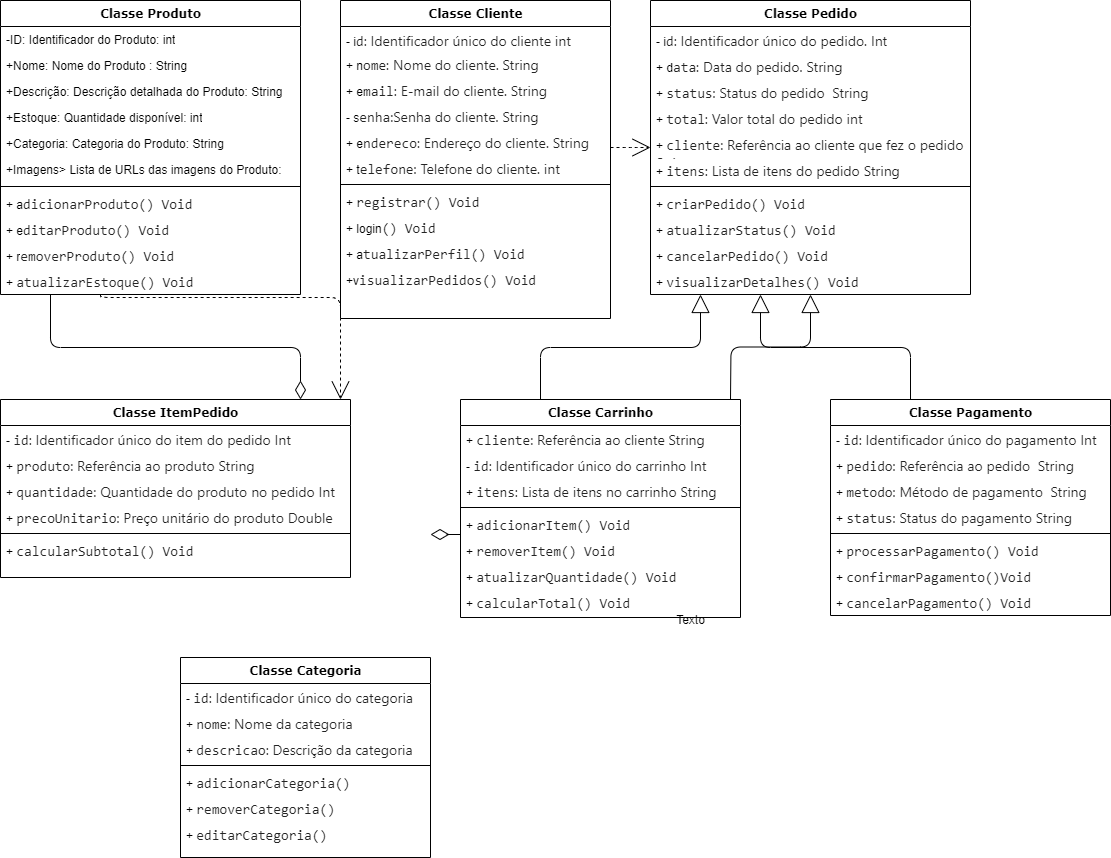
Earlier version of the draw.io export Diagrama sem nome.drawio.png (FabriciaGRibeiro/diagrama-de-classes-). Source tidied: cells renumbered, new cells last; positions are measured from the earlier drawing's top-left corner, leaving out a move shared by most shapes.
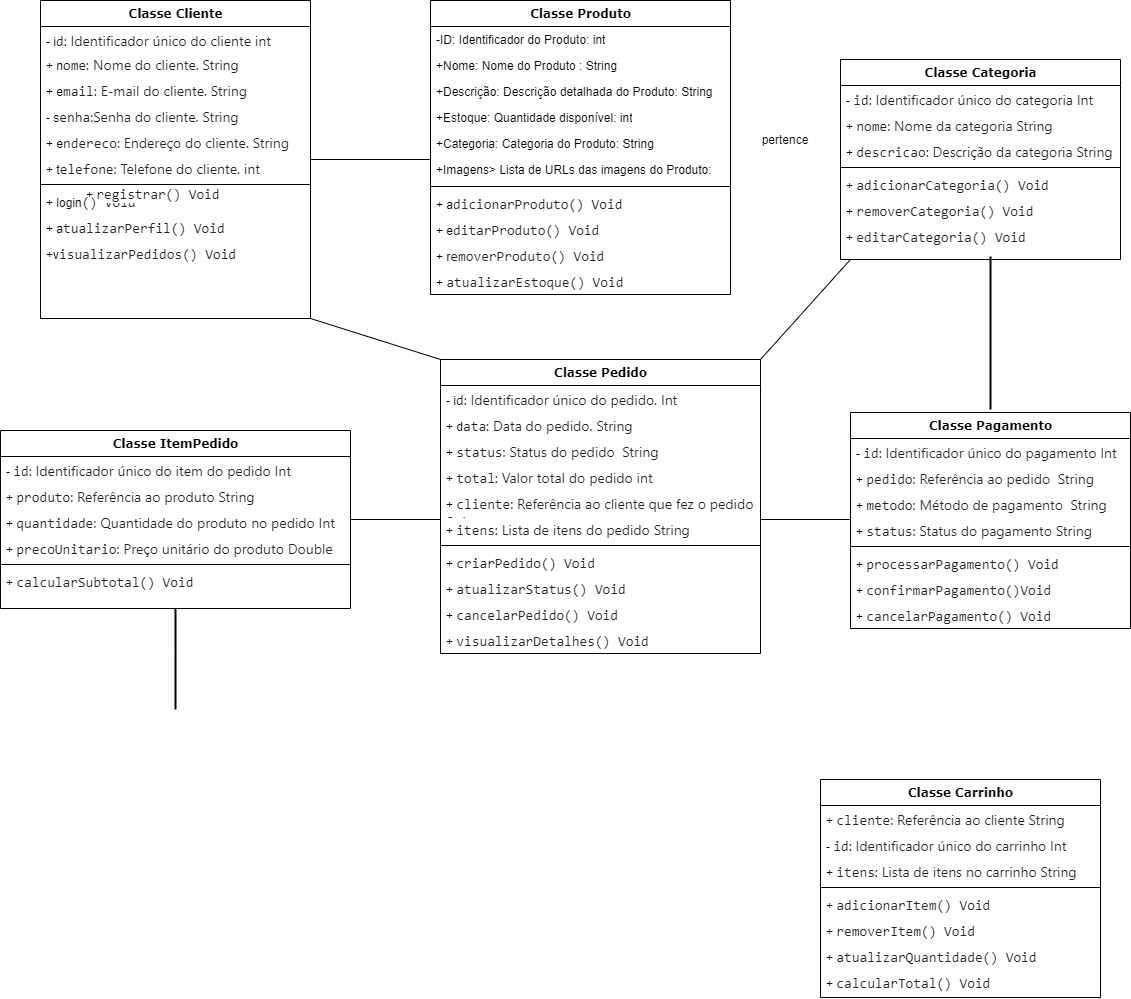
The same diagram one commit later.

What changed in the source:
```diff
@@ -4,22 +4,4 @@
     <mxCell id="1" parent="0" />
-    <mxCell id="2" style="edgeStyle=orthogonalEdgeStyle;html=1;labelBackgroundColor=none;startFill=0;startSize=8;endArrow=open;endFill=0;endSize=16;fontFamily=Verdana;fontSize=12;dashed=1;" parent="1" edge="1" source="4">
-      <mxGeometry relative="1" as="geometry">
-        <mxPoint x="340" y="399" as="targetPoint" />
-        <Array as="points">
-          <mxPoint x="100" y="297" />
-          <mxPoint x="340" y="297" />
-        </Array>
-      </mxGeometry>
-    </mxCell>
-    <mxCell id="3" style="edgeStyle=orthogonalEdgeStyle;html=1;labelBackgroundColor=none;startFill=0;startSize=8;endArrow=diamondThin;endFill=0;endSize=16;fontFamily=Verdana;fontSize=12;" parent="1" edge="1" source="4">
-      <mxGeometry relative="1" as="geometry">
-        <mxPoint x="300" y="399" as="targetPoint" />
-        <Array as="points">
-          <mxPoint x="50" y="347" />
-          <mxPoint x="300" y="347" />
-        </Array>
-      </mxGeometry>
-    </mxCell>
     <mxCell id="4" value="Classe Produto" style="swimlane;html=1;fontStyle=1;align=center;verticalAlign=top;horizontal=1;startSize=26;swimlaneFillColor=#ffffff;rounded=0;shadow=0;comic=0;labelBackgroundColor=none;strokeWidth=1;fillColor=none;fontFamily=Verdana;fontSize=12;" parent="1" vertex="1">
-      <mxGeometry width="300" height="294" as="geometry" />
+      <mxGeometry x="450" y="-12" width="300" height="294" as="geometry" />
     </mxCell>
@@ -58,7 +40,4 @@
     </mxCell>
-    <mxCell id="16" style="edgeStyle=elbowEdgeStyle;html=1;labelBackgroundColor=none;startFill=0;startSize=8;endArrow=open;endFill=0;endSize=16;fontFamily=Verdana;fontSize=12;elbow=vertical;dashed=1;" parent="1" edge="1" source="17" target="29">
-      <mxGeometry relative="1" as="geometry" />
-    </mxCell>
     <mxCell id="17" value="Classe Cliente" style="swimlane;html=1;fontStyle=1;align=center;verticalAlign=top;horizontal=1;startSize=26;swimlaneFillColor=#ffffff;rounded=0;shadow=0;comic=0;labelBackgroundColor=none;strokeWidth=1;fillColor=none;fontFamily=Verdana;fontSize=12;" parent="1" vertex="1">
-      <mxGeometry x="340" width="270" height="318" as="geometry" />
+      <mxGeometry x="60" y="-12" width="270" height="318" as="geometry" />
     </mxCell>
@@ -85,16 +64,13 @@
     </mxCell>
-    <mxCell id="25" value="+ &lt;span style=&quot;color: rgb(36, 36, 36); font-family: monospace; font-size: 14px; background-color: rgb(255, 255, 255);&quot;&gt;registrar() Void&lt;/span&gt;" style="text;html=1;strokeColor=none;fillColor=none;align=left;verticalAlign=top;spacingLeft=4;spacingRight=4;whiteSpace=wrap;overflow=hidden;" parent="17" vertex="1">
-      <mxGeometry y="188" width="270" height="26" as="geometry" />
-    </mxCell>
     <mxCell id="26" value="+ login&lt;span style=&quot;color: rgb(36, 36, 36); font-family: monospace; font-size: 14px; background-color: rgb(255, 255, 255);&quot;&gt;() Void&lt;/span&gt;" style="text;html=1;strokeColor=none;fillColor=none;align=left;verticalAlign=top;spacingLeft=4;spacingRight=4;whiteSpace=wrap;overflow=hidden;" parent="17" vertex="1">
-      <mxGeometry y="214" width="270" height="26" as="geometry" />
+      <mxGeometry y="188" width="270" height="26" as="geometry" />
     </mxCell>
     <mxCell id="27" value="+ a&lt;span style=&quot;color: rgb(36, 36, 36); font-family: monospace; font-size: 14px; background-color: rgb(255, 255, 255);&quot;&gt;tualizarPerfil() Void&lt;/span&gt;" style="text;html=1;strokeColor=none;fillColor=none;align=left;verticalAlign=top;spacingLeft=4;spacingRight=4;whiteSpace=wrap;overflow=hidden;" parent="17" vertex="1">
-      <mxGeometry y="240" width="270" height="26" as="geometry" />
+      <mxGeometry y="214" width="270" height="26" as="geometry" />
     </mxCell>
     <mxCell id="28" value="+v&lt;span style=&quot;color: rgb(36, 36, 36); font-family: monospace; font-size: 14px; background-color: rgb(255, 255, 255);&quot;&gt;isualizarPedidos() Void&lt;/span&gt;" style="text;html=1;strokeColor=none;fillColor=none;align=left;verticalAlign=top;spacingLeft=4;spacingRight=4;whiteSpace=wrap;overflow=hidden;" parent="17" vertex="1">
-      <mxGeometry y="266" width="270" height="26" as="geometry" />
+      <mxGeometry y="240" width="270" height="26" as="geometry" />
     </mxCell>
     <mxCell id="29" value="Classe Pedido" style="swimlane;html=1;fontStyle=1;align=center;verticalAlign=top;horizontal=1;startSize=26;swimlaneFillColor=#ffffff;rounded=0;shadow=0;comic=0;labelBackgroundColor=none;strokeWidth=1;fillColor=none;fontFamily=Verdana;fontSize=12;" parent="1" vertex="1">
-      <mxGeometry x="650" width="320" height="294" as="geometry" />
+      <mxGeometry x="460" y="347" width="320" height="294" as="geometry" />
     </mxCell>
@@ -133,2 +109,5 @@
     </mxCell>
+    <mxCell id="80" style="edgeStyle=none;rounded=0;orthogonalLoop=1;jettySize=auto;html=1;exitX=0;exitY=0.5;exitDx=0;exitDy=0;" parent="29" edge="1" source="40" target="40">
+      <mxGeometry relative="1" as="geometry" />
+    </mxCell>
     <mxCell id="41" style="edgeStyle=elbowEdgeStyle;html=1;labelBackgroundColor=none;startFill=0;startSize=8;endArrow=open;endFill=0;endSize=16;fontFamily=Verdana;fontSize=12;elbow=vertical;dashed=1;" parent="1" edge="1" target="42">
@@ -139,3 +118,3 @@
     <mxCell id="42" value="Classe ItemPedido" style="swimlane;html=1;fontStyle=1;align=center;verticalAlign=top;horizontal=1;startSize=26;swimlaneFillColor=#ffffff;rounded=0;shadow=0;comic=0;labelBackgroundColor=none;strokeWidth=1;fillColor=none;fontFamily=Verdana;fontSize=12;" parent="1" vertex="1">
-      <mxGeometry y="399" width="350" height="178" as="geometry" />
+      <mxGeometry x="20" y="418" width="350" height="178" as="geometry" />
     </mxCell>
@@ -159,17 +138,4 @@
     </mxCell>
-    <mxCell id="49" style="edgeStyle=elbowEdgeStyle;html=1;labelBackgroundColor=none;startFill=0;startSize=8;endArrow=diamondThin;endFill=0;endSize=16;fontFamily=Verdana;fontSize=12;elbow=vertical;" parent="1" edge="1" source="51">
-      <mxGeometry relative="1" as="geometry">
-        <mxPoint x="430" y="534" as="targetPoint" />
-      </mxGeometry>
-    </mxCell>
-    <mxCell id="50" style="edgeStyle=orthogonalEdgeStyle;html=1;labelBackgroundColor=none;startFill=0;startSize=8;endArrow=block;endFill=0;endSize=16;fontFamily=Verdana;fontSize=12;" parent="1" edge="1" source="51" target="29">
-      <mxGeometry relative="1" as="geometry">
-        <Array as="points">
-          <mxPoint x="540" y="347" />
-          <mxPoint x="700" y="347" />
-        </Array>
-      </mxGeometry>
-    </mxCell>
     <mxCell id="51" value="Classe Carrinho" style="swimlane;html=1;fontStyle=1;align=center;verticalAlign=top;horizontal=1;startSize=26;swimlaneFillColor=#ffffff;rounded=0;shadow=0;comic=0;labelBackgroundColor=none;strokeWidth=1;fillColor=none;fontFamily=Verdana;fontSize=12;" parent="1" vertex="1">
-      <mxGeometry x="460" y="399" width="280" height="218" as="geometry" />
+      <mxGeometry x="840" y="767" width="280" height="218" as="geometry" />
     </mxCell>
@@ -199,17 +165,4 @@
     </mxCell>
-    <mxCell id="60" style="edgeStyle=orthogonalEdgeStyle;html=1;labelBackgroundColor=none;startFill=0;startSize=8;endArrow=block;endFill=0;endSize=16;fontFamily=Verdana;fontSize=12;" parent="1" edge="1" target="29">
-      <mxGeometry relative="1" as="geometry">
-        <mxPoint x="730" y="399" as="sourcePoint" />
-      </mxGeometry>
-    </mxCell>
-    <mxCell id="61" style="edgeStyle=orthogonalEdgeStyle;html=1;labelBackgroundColor=none;startFill=0;startSize=8;endArrow=block;endFill=0;endSize=16;fontFamily=Verdana;fontSize=12;" parent="1" edge="1" source="62" target="29">
-      <mxGeometry relative="1" as="geometry">
-        <Array as="points">
-          <mxPoint x="910" y="347" />
-          <mxPoint x="760" y="347" />
-        </Array>
-      </mxGeometry>
-    </mxCell>
     <mxCell id="62" value="Classe Pagamento" style="swimlane;html=1;fontStyle=1;align=center;verticalAlign=top;horizontal=1;startSize=26;swimlaneFillColor=#ffffff;rounded=0;shadow=0;comic=0;labelBackgroundColor=none;strokeWidth=1;fillColor=none;fontFamily=Verdana;fontSize=12;" parent="1" vertex="1">
-      <mxGeometry x="830" y="399" width="280" height="216" as="geometry" />
+      <mxGeometry x="870" y="400" width="280" height="216" as="geometry" />
     </mxCell>
@@ -239,29 +192,55 @@
     </mxCell>
-    <mxCell id="71" value="Texto" style="text;html=1;align=center;verticalAlign=middle;strokeColor=none;fillColor=none;" parent="1" vertex="1">
-      <mxGeometry x="665" y="605" width="50" height="30" as="geometry" />
-    </mxCell>
     <mxCell id="72" value="Classe Categoria" style="swimlane;html=1;fontStyle=1;align=center;verticalAlign=top;horizontal=1;startSize=26;swimlaneFillColor=#ffffff;rounded=0;shadow=0;comic=0;labelBackgroundColor=none;strokeWidth=1;fillColor=none;fontFamily=Verdana;fontSize=12;" parent="1" vertex="1">
-      <mxGeometry x="180" y="657" width="250" height="200" as="geometry" />
+      <mxGeometry x="860" y="47" width="280" height="200" as="geometry" />
     </mxCell>
-    <mxCell id="73" value="-&amp;nbsp;&lt;code style=&quot;color: rgb(36, 36, 36); background-color: var(--colorNeutralBackground1); overflow-wrap: break-word; font-size: 14px;&quot;&gt;id&lt;/code&gt;&lt;span style=&quot;color: rgb(36, 36, 36); font-family: &amp;quot;Segoe UI&amp;quot;, &amp;quot;Segoe UI Web (West European)&amp;quot;, -apple-system, BlinkMacSystemFont, Roboto, &amp;quot;Helvetica Neue&amp;quot;, sans-serif; font-size: 14px; background-color: rgb(255, 255, 255);&quot;&gt;: Identificador único do categoria&lt;/span&gt;" style="text;html=1;strokeColor=none;fillColor=none;align=left;verticalAlign=top;spacingLeft=4;spacingRight=4;whiteSpace=wrap;overflow=hidden;" parent="72" vertex="1">
-      <mxGeometry y="26" width="250" height="26" as="geometry" />
+    <mxCell id="73" value="-&amp;nbsp;&lt;code style=&quot;color: rgb(36, 36, 36); background-color: var(--colorNeutralBackground1); overflow-wrap: break-word; font-size: 14px;&quot;&gt;id&lt;/code&gt;&lt;span style=&quot;color: rgb(36, 36, 36); font-family: &amp;quot;Segoe UI&amp;quot;, &amp;quot;Segoe UI Web (West European)&amp;quot;, -apple-system, BlinkMacSystemFont, Roboto, &amp;quot;Helvetica Neue&amp;quot;, sans-serif; font-size: 14px; background-color: rgb(255, 255, 255);&quot;&gt;: Identificador único do categoria Int&lt;/span&gt;" style="text;html=1;strokeColor=none;fillColor=none;align=left;verticalAlign=top;spacingLeft=4;spacingRight=4;whiteSpace=wrap;overflow=hidden;" parent="72" vertex="1">
+      <mxGeometry y="26" width="280" height="26" as="geometry" />
     </mxCell>
-    <mxCell id="74" value="+&amp;nbsp;&lt;code style=&quot;color: rgb(36, 36, 36); background-color: var(--colorNeutralBackground1); overflow-wrap: break-word; font-size: 14px;&quot;&gt;nome&lt;/code&gt;&lt;span style=&quot;color: rgb(36, 36, 36); font-family: &amp;quot;Segoe UI&amp;quot;, &amp;quot;Segoe UI Web (West European)&amp;quot;, -apple-system, BlinkMacSystemFont, Roboto, &amp;quot;Helvetica Neue&amp;quot;, sans-serif; font-size: 14px; background-color: rgb(255, 255, 255);&quot;&gt;: Nome da categoria&lt;/span&gt;" style="text;html=1;strokeColor=none;fillColor=none;align=left;verticalAlign=top;spacingLeft=4;spacingRight=4;whiteSpace=wrap;overflow=hidden;" parent="72" vertex="1">
-      <mxGeometry y="52" width="250" height="26" as="geometry" />
+    <mxCell id="74" value="+&amp;nbsp;&lt;code style=&quot;color: rgb(36, 36, 36); background-color: var(--colorNeutralBackground1); overflow-wrap: break-word; font-size: 14px;&quot;&gt;nome&lt;/code&gt;&lt;span style=&quot;color: rgb(36, 36, 36); font-family: &amp;quot;Segoe UI&amp;quot;, &amp;quot;Segoe UI Web (West European)&amp;quot;, -apple-system, BlinkMacSystemFont, Roboto, &amp;quot;Helvetica Neue&amp;quot;, sans-serif; font-size: 14px; background-color: rgb(255, 255, 255);&quot;&gt;: Nome da categoria String&lt;/span&gt;" style="text;html=1;strokeColor=none;fillColor=none;align=left;verticalAlign=top;spacingLeft=4;spacingRight=4;whiteSpace=wrap;overflow=hidden;" parent="72" vertex="1">
+      <mxGeometry y="52" width="280" height="26" as="geometry" />
     </mxCell>
-    <mxCell id="75" value="+&amp;nbsp;&lt;code style=&quot;color: rgb(36, 36, 36); background-color: var(--colorNeutralBackground1); overflow-wrap: break-word; font-size: 14px;&quot;&gt;descricao&lt;/code&gt;&lt;span style=&quot;color: rgb(36, 36, 36); font-family: &amp;quot;Segoe UI&amp;quot;, &amp;quot;Segoe UI Web (West European)&amp;quot;, -apple-system, BlinkMacSystemFont, Roboto, &amp;quot;Helvetica Neue&amp;quot;, sans-serif; font-size: 14px; background-color: rgb(255, 255, 255);&quot;&gt;: Descrição da categoria&lt;/span&gt;" style="text;html=1;strokeColor=none;fillColor=none;align=left;verticalAlign=top;spacingLeft=4;spacingRight=4;whiteSpace=wrap;overflow=hidden;" parent="72" vertex="1">
-      <mxGeometry y="78" width="250" height="26" as="geometry" />
+    <mxCell id="75" value="+&amp;nbsp;&lt;code style=&quot;color: rgb(36, 36, 36); background-color: var(--colorNeutralBackground1); overflow-wrap: break-word; font-size: 14px;&quot;&gt;descricao&lt;/code&gt;&lt;span style=&quot;color: rgb(36, 36, 36); font-family: &amp;quot;Segoe UI&amp;quot;, &amp;quot;Segoe UI Web (West European)&amp;quot;, -apple-system, BlinkMacSystemFont, Roboto, &amp;quot;Helvetica Neue&amp;quot;, sans-serif; font-size: 14px; background-color: rgb(255, 255, 255);&quot;&gt;: Descrição da categoria String&lt;/span&gt;" style="text;html=1;strokeColor=none;fillColor=none;align=left;verticalAlign=top;spacingLeft=4;spacingRight=4;whiteSpace=wrap;overflow=hidden;" parent="72" vertex="1">
+      <mxGeometry y="78" width="280" height="26" as="geometry" />
     </mxCell>
     <mxCell id="76" style="line;html=1;strokeWidth=1;fillColor=none;align=left;verticalAlign=middle;spacingTop=-1;spacingLeft=3;spacingRight=3;labelPosition=right;" parent="72" vertex="1">
-      <mxGeometry y="104" width="250" height="8" as="geometry" />
+      <mxGeometry y="104" width="280" height="8" as="geometry" />
     </mxCell>
-    <mxCell id="77" value="+&amp;nbsp;&lt;span style=&quot;color: rgb(36, 36, 36); font-family: monospace; font-size: 14px; background-color: rgb(255, 255, 255);&quot;&gt;adicionarCategoria()&lt;/span&gt;" style="text;html=1;strokeColor=none;fillColor=none;align=left;verticalAlign=top;spacingLeft=4;spacingRight=4;whiteSpace=wrap;overflow=hidden;" parent="72" vertex="1">
-      <mxGeometry y="112" width="250" height="26" as="geometry" />
+    <mxCell id="77" value="+&amp;nbsp;&lt;span style=&quot;color: rgb(36, 36, 36); font-family: monospace; font-size: 14px; background-color: rgb(255, 255, 255);&quot;&gt;adicionarCategoria() Void&lt;/span&gt;" style="text;html=1;strokeColor=none;fillColor=none;align=left;verticalAlign=top;spacingLeft=4;spacingRight=4;whiteSpace=wrap;overflow=hidden;" parent="72" vertex="1">
+      <mxGeometry y="112" width="280" height="26" as="geometry" />
     </mxCell>
-    <mxCell id="78" value="+&amp;nbsp;&lt;span style=&quot;color: rgb(36, 36, 36); font-family: monospace; font-size: 14px; background-color: rgb(255, 255, 255);&quot;&gt;remover&lt;/span&gt;&lt;span style=&quot;color: rgb(36, 36, 36); font-family: monospace; font-size: 14px; background-color: rgb(255, 255, 255);&quot;&gt;Categoria&lt;/span&gt;&lt;span style=&quot;color: rgb(36, 36, 36); font-family: monospace; font-size: 14px; background-color: rgb(255, 255, 255);&quot;&gt;()&lt;/span&gt;" style="text;html=1;strokeColor=none;fillColor=none;align=left;verticalAlign=top;spacingLeft=4;spacingRight=4;whiteSpace=wrap;overflow=hidden;" parent="72" vertex="1">
-      <mxGeometry y="138" width="250" height="26" as="geometry" />
+    <mxCell id="78" value="+&amp;nbsp;&lt;span style=&quot;color: rgb(36, 36, 36); font-family: monospace; font-size: 14px; background-color: rgb(255, 255, 255);&quot;&gt;remover&lt;/span&gt;&lt;span style=&quot;color: rgb(36, 36, 36); font-family: monospace; font-size: 14px; background-color: rgb(255, 255, 255);&quot;&gt;Categoria&lt;/span&gt;&lt;span style=&quot;color: rgb(36, 36, 36); font-family: monospace; font-size: 14px; background-color: rgb(255, 255, 255);&quot;&gt;() Void&lt;/span&gt;" style="text;html=1;strokeColor=none;fillColor=none;align=left;verticalAlign=top;spacingLeft=4;spacingRight=4;whiteSpace=wrap;overflow=hidden;" parent="72" vertex="1">
+      <mxGeometry y="138" width="280" height="26" as="geometry" />
     </mxCell>
-    <mxCell id="79" value="+&amp;nbsp;&lt;span style=&quot;color: rgb(36, 36, 36); font-family: monospace; font-size: 14px; background-color: rgb(255, 255, 255);&quot;&gt;editarCategoria()&lt;/span&gt;" style="text;html=1;strokeColor=none;fillColor=none;align=left;verticalAlign=top;spacingLeft=4;spacingRight=4;whiteSpace=wrap;overflow=hidden;" parent="72" vertex="1">
-      <mxGeometry y="164" width="250" height="26" as="geometry" />
+    <mxCell id="79" value="+&amp;nbsp;&lt;span style=&quot;color: rgb(36, 36, 36); font-family: monospace; font-size: 14px; background-color: rgb(255, 255, 255);&quot;&gt;editarCategoria() Void&lt;/span&gt;" style="text;html=1;strokeColor=none;fillColor=none;align=left;verticalAlign=top;spacingLeft=4;spacingRight=4;whiteSpace=wrap;overflow=hidden;" parent="72" vertex="1">
+      <mxGeometry y="164" width="280" height="26" as="geometry" />
     </mxCell>
+    <mxCell id="25" value="+ &lt;span style=&quot;color: rgb(36, 36, 36); font-family: monospace; font-size: 14px; background-color: rgb(255, 255, 255);&quot;&gt;registrar() Void&lt;/span&gt;" style="text;html=1;strokeColor=none;fillColor=none;align=left;verticalAlign=top;spacingLeft=4;spacingRight=4;whiteSpace=wrap;overflow=hidden;" parent="1" vertex="1">
+      <mxGeometry x="100" y="168" width="270" height="26" as="geometry" />
+    </mxCell>
+    <mxCell id="81" style="line;strokeWidth=1;fillColor=none;align=left;verticalAlign=middle;spacingTop=-1;spacingLeft=3;spacingRight=3;labelPosition=right;strokeColor=inherit;" parent="1" vertex="1">
+      <mxGeometry x="330" y="143" width="120" height="8" as="geometry" />
+    </mxCell>
+    <mxCell id="82" style="line;strokeWidth=1;fillColor=none;align=left;verticalAlign=middle;spacingTop=-1;spacingLeft=3;spacingRight=3;labelPosition=right;strokeColor=inherit;" parent="1" vertex="1">
+      <mxGeometry x="370" y="467" width="90" height="80" as="geometry" />
+    </mxCell>
+    <mxCell id="83" style="line;strokeWidth=1;fillColor=none;align=left;verticalAlign=middle;spacingTop=-1;spacingLeft=3;spacingRight=3;labelPosition=right;strokeColor=inherit;" parent="1" vertex="1">
+      <mxGeometry x="780" y="503" width="90" height="8" as="geometry" />
+    </mxCell>
+    <mxCell id="84" style="line;strokeWidth=2;direction=south;html=1;" parent="1" vertex="1">
+      <mxGeometry x="1005" y="244" width="10" height="153" as="geometry" />
+    </mxCell>
+    <mxCell id="85" style="endArrow=none;html=1;rounded=0;exitX=1;exitY=0;exitDx=0;exitDy=0;" parent="1" edge="1" source="29">
+      <mxGeometry relative="1" as="geometry">
+        <mxPoint x="870" y="247" as="targetPoint" />
+      </mxGeometry>
+    </mxCell>
+    <mxCell id="86" style="line;strokeWidth=2;direction=south;html=1;" parent="1" vertex="1">
+      <mxGeometry x="190" y="596" width="10" height="101" as="geometry" />
+    </mxCell>
+    <mxCell id="87" style="endArrow=none;html=1;rounded=0;entryX=1;entryY=1;entryDx=0;entryDy=0;exitX=0;exitY=0;exitDx=0;exitDy=0;" parent="1" edge="1" source="29" target="17">
+      <mxGeometry relative="1" as="geometry" />
+    </mxCell>
+    <mxCell id="88" value="pertence" style="text;strokeColor=none;align=center;fillColor=none;html=1;verticalAlign=middle;whiteSpace=wrap;rounded=0;" parent="1" vertex="1">
+      <mxGeometry x="775" y="113" width="60" height="30" as="geometry" />
+    </mxCell>
   </root>
```
